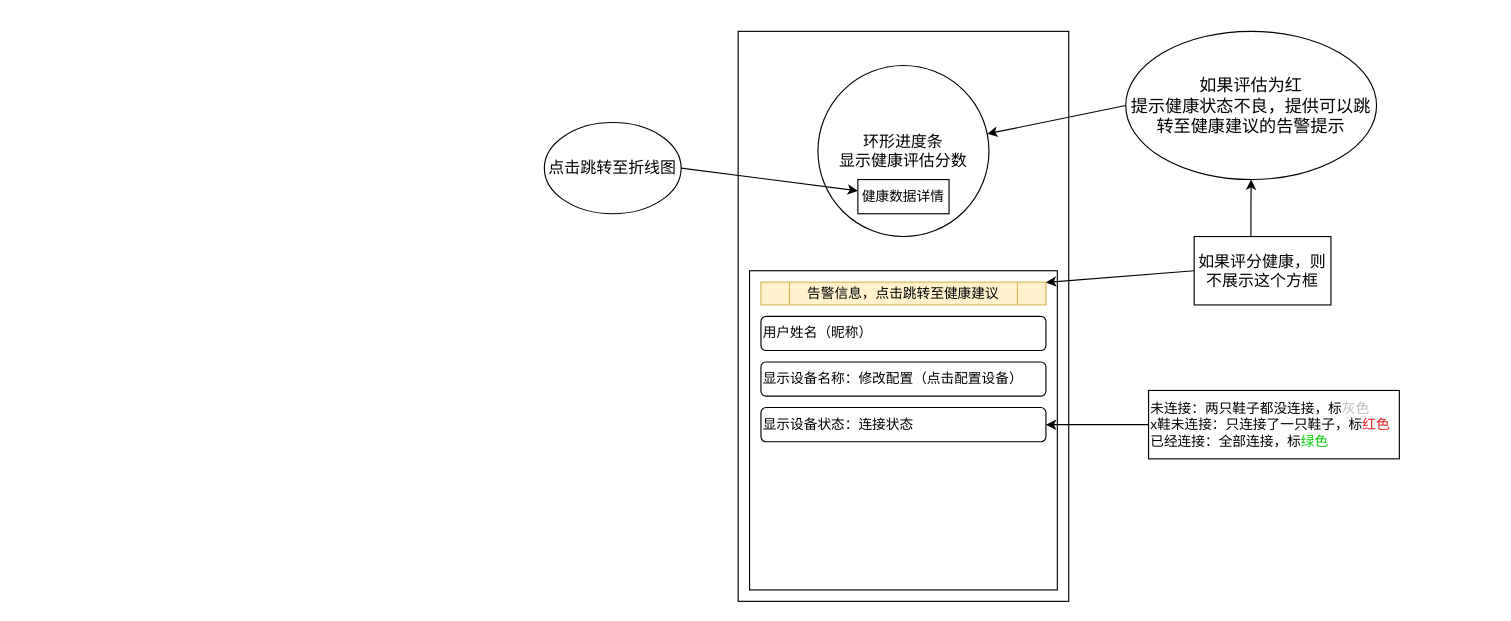
This is 毕设草稿.drawio from 4may-mcx/Blog, a draw.io file, before an edit. Source tidied: cells renumbered, new cells numbered last; positions are measured from the earlier drawing's top-left corner, leaving out a move shared by most shapes. Both pictures are drawn from the tidied source at 114%, with x=0, y=0 at pixel (544, 31).
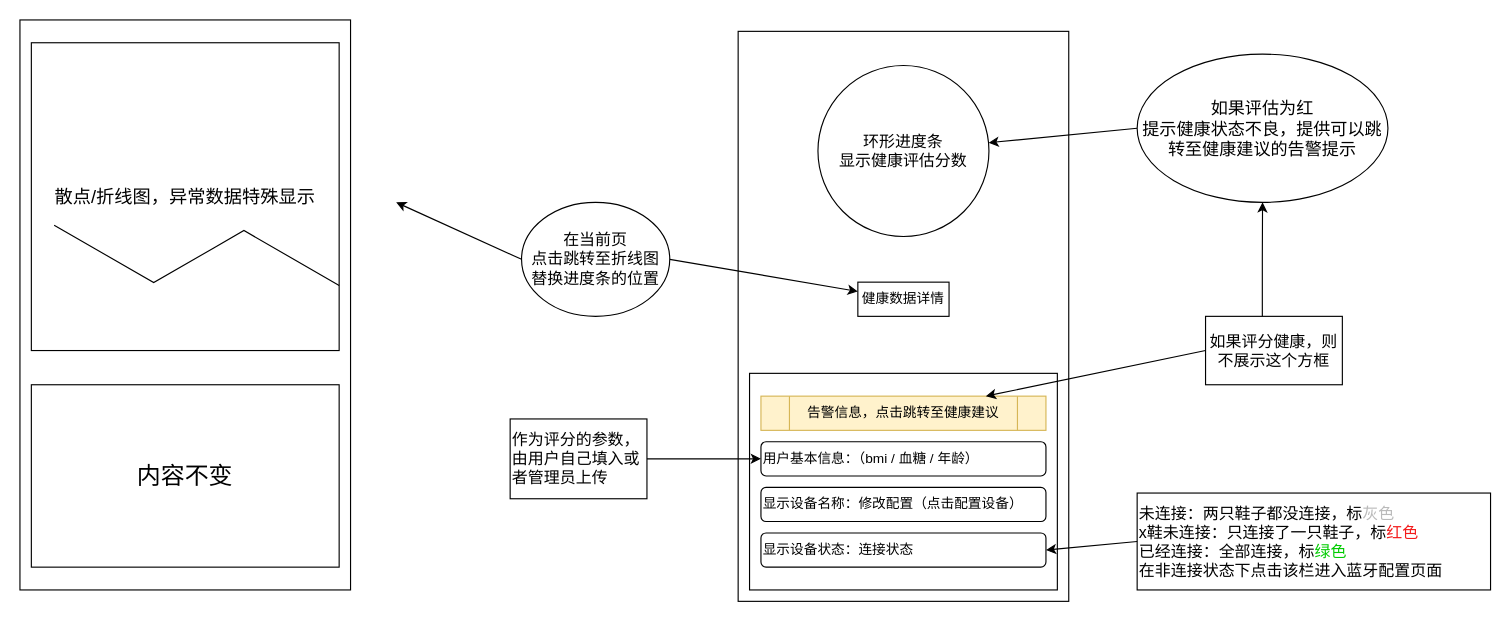
The same page after the edit.

Commit message:
更新毕设草稿.drawio

The edit, as a diff of the source:
```diff
@@
     <mxCell id="4" style="rounded=0;whiteSpace=wrap;html=1;" parent="1" vertex="1">
-      <mxGeometry x="180" y="210" width="270" height="280" as="geometry" />
+      <mxGeometry x="180" y="300" width="270" height="190" as="geometry" />
     </mxCell>
     <mxCell id="5" value="显示设备名称：修改配置（点击配置设备）" style="rounded=1;whiteSpace=wrap;html=1;align=left;" parent="1" vertex="1">
-      <mxGeometry x="190" y="290" width="250" height="30" as="geometry" />
+      <mxGeometry x="190" y="400" width="250" height="30" as="geometry" />
     </mxCell>
     <mxCell id="6" value="显示设备状态：连接状态" style="rounded=1;whiteSpace=wrap;html=1;align=left;" parent="1" vertex="1">
-      <mxGeometry x="190" y="330" width="250" height="30" as="geometry" />
+      <mxGeometry x="190" y="440" width="250" height="30" as="geometry" />
     </mxCell>
-    <mxCell id="7" value="用户姓名（昵称）" style="rounded=1;whiteSpace=wrap;html=1;align=left;" parent="1" vertex="1">
-      <mxGeometry x="190" y="250" width="250" height="30" as="geometry" />
+    <mxCell id="7" value="用户基本信息：（bmi / 血糖 / 年龄）" style="rounded=1;whiteSpace=wrap;html=1;align=left;" parent="1" vertex="1">
+      <mxGeometry x="190" y="360" width="250" height="30" as="geometry" />
     </mxCell>
@@
     <mxCell id="9" value="&lt;font style=&quot;font-size: 15px;&quot;&gt;如果评估为红&lt;br&gt;提示健康状态不良，提供可以跳转至健康建议的告警提示&lt;/font&gt;" style="ellipse;whiteSpace=wrap;html=1;" parent="1" vertex="1">
-      <mxGeometry x="510" width="220" height="130" as="geometry" />
+      <mxGeometry x="520" y="20" width="220" height="130" as="geometry" />
     </mxCell>
     <mxCell id="10" value="健康数据详情" style="rounded=0;whiteSpace=wrap;html=1;" parent="1" vertex="1">
-      <mxGeometry x="275" y="130" width="80" height="30" as="geometry" />
+      <mxGeometry x="275" y="220" width="80" height="30" as="geometry" />
     </mxCell>
@@
-    <mxCell id="12" value="&lt;font style=&quot;font-size: 14px;&quot;&gt;点击跳转至折线图&lt;/font&gt;" style="ellipse;whiteSpace=wrap;html=1;" parent="1" vertex="1">
-      <mxGeometry y="80" width="120" height="80" as="geometry" />
+    <mxCell id="12" value="&lt;font style=&quot;font-size: 14px;&quot;&gt;在当前页&lt;br&gt;点击跳转至折线图&lt;br&gt;替换进度条的位置&lt;br&gt;&lt;/font&gt;" style="ellipse;whiteSpace=wrap;html=1;" parent="1" vertex="1">
+      <mxGeometry x="-20" y="150" width="130" height="100" as="geometry" />
     </mxCell>
     <mxCell id="13" value="告警信息，点击跳转至健康建议" style="shape=process;whiteSpace=wrap;html=1;backgroundOutline=1;fillColor=#fff2cc;strokeColor=#d6b656;" parent="1" vertex="1">
-      <mxGeometry x="190" y="220" width="250" height="20" as="geometry" />
+      <mxGeometry x="190" y="320" width="250" height="30" as="geometry" />
     </mxCell>
@@
     <mxCell id="16" value="&lt;font style=&quot;font-size: 14px;&quot;&gt;如果评分健康，则不展示这个方框&lt;/font&gt;" style="rounded=0;whiteSpace=wrap;html=1;" parent="1" vertex="1">
-      <mxGeometry x="570" y="180" width="120" height="60" as="geometry" />
+      <mxGeometry x="580" y="250" width="120" height="60" as="geometry" />
     </mxCell>
-    <mxCell id="17" value="未连接：两只鞋子都没连接，标&lt;font color=&quot;#bababa&quot;&gt;灰色&lt;/font&gt;&lt;br&gt;x鞋未连接：只连接了一只鞋子，标&lt;font color=&quot;#f31b1b&quot;&gt;红色&lt;/font&gt;&lt;br&gt;已经连接：全部连接，标&lt;font color=&quot;#00cc00&quot;&gt;绿色&lt;/font&gt;" style="rounded=0;whiteSpace=wrap;html=1;align=left;" parent="1" vertex="1">
-      <mxGeometry x="530" y="315" width="220" height="60" as="geometry" />
+    <mxCell id="17" value="&lt;font style=&quot;font-size: 14px;&quot;&gt;未连接：两只鞋子都没连接，标&lt;font style=&quot;font-size: 14px;&quot; color=&quot;#bababa&quot;&gt;灰色&lt;/font&gt;&lt;br&gt;x鞋未连接：只连接了一只鞋子，标&lt;font style=&quot;font-size: 14px;&quot; color=&quot;#f31b1b&quot;&gt;红色&lt;/font&gt;&lt;br&gt;已经连接：全部连接，标&lt;font style=&quot;font-size: 14px;&quot;&gt;&lt;font color=&quot;#00cc00&quot;&gt;绿色&lt;/font&gt;&lt;br&gt;在非连接状态下点击该栏进入蓝牙配置页面&lt;br&gt;&lt;/font&gt;&lt;/font&gt;" style="rounded=0;whiteSpace=wrap;html=1;align=left;" parent="1" vertex="1">
+      <mxGeometry x="520" y="405" width="310" height="85" as="geometry" />
     </mxCell>
@@
+    <mxCell id="19" value="&lt;font style=&quot;font-size: 14px;&quot;&gt;作为评分的参数，由用户自己填入或者管理员上传&lt;/font&gt;" style="rounded=0;whiteSpace=wrap;html=1;align=left;" parent="1" vertex="1">
+      <mxGeometry x="-30" y="340" width="120" height="70" as="geometry" />
+    </mxCell>
+    <mxCell id="20" style="endArrow=classic;html=1;rounded=0;exitX=1;exitY=0.5;exitDx=0;exitDy=0;entryX=0;entryY=0.5;entryDx=0;entryDy=0;" parent="1" edge="1" source="19" target="7">
+      <mxGeometry relative="1" as="geometry" />
+    </mxCell>
+    <mxCell id="21" style="endArrow=classic;html=1;rounded=0;exitX=0;exitY=0.5;exitDx=0;exitDy=0;" parent="1" edge="1" source="12">
+      <mxGeometry relative="1" as="geometry">
+        <mxPoint x="-130" y="150" as="targetPoint" />
+      </mxGeometry>
+    </mxCell>
+    <mxCell id="22" style="rounded=0;whiteSpace=wrap;html=1;" parent="1" vertex="1">
+      <mxGeometry x="-460" y="-10" width="290" height="500" as="geometry" />
+    </mxCell>
+    <mxCell id="23" value="&lt;font style=&quot;font-size: 21px;&quot;&gt;内容不变&lt;/font&gt;" style="rounded=0;whiteSpace=wrap;html=1;" parent="1" vertex="1">
+      <mxGeometry x="-450" y="310" width="270" height="160" as="geometry" />
+    </mxCell>
+    <mxCell id="24" value="&lt;font style=&quot;font-size: 16px;&quot;&gt;散点/折线图，异常数据特殊显示&lt;/font&gt;" style="rounded=0;whiteSpace=wrap;html=1;" parent="1" vertex="1">
+      <mxGeometry x="-450" y="10" width="270" height="270" as="geometry" />
+    </mxCell>
+    <mxCell id="25" style="edgeStyle=isometricEdgeStyle;endArrow=none;html=1;elbow=vertical;rounded=0;" parent="1" edge="1" target="24">
+      <mxGeometry relative="1" as="geometry">
+        <mxPoint x="-430" y="170" as="sourcePoint" />
+        <Array as="points">
+          <mxPoint x="-290" y="190" />
+        </Array>
+      </mxGeometry>
+    </mxCell>
```
